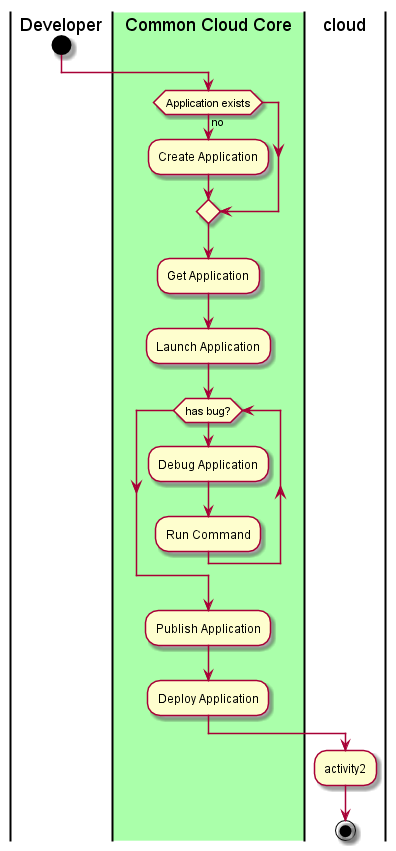
The PlantUML diagram docs/UseCases/Manage-Applications/Activities.png in CAADE/C3, before a commit.
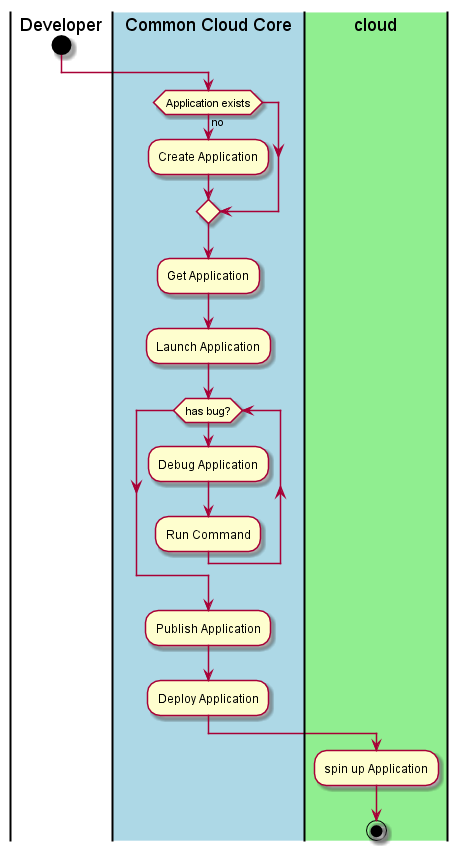
Later version of the same file.

Change to the diagram source:
```diff
@@ -1,7 +1,7 @@
 @startuml
 |Developer|
 start
-|#aaffaa|Common Cloud Core|
+|#lightblue|Common Cloud Core|
 if(Application exists) then (no)
 :Create Application;
 endif
@@ -13,7 +13,7 @@
 endwhile
 :Publish Application;
 :Deploy Application;
-|cloud|
-:activity2;
+|#lightgreen|cloud|
+:spin up Application;
 stop
 @enduml
```
